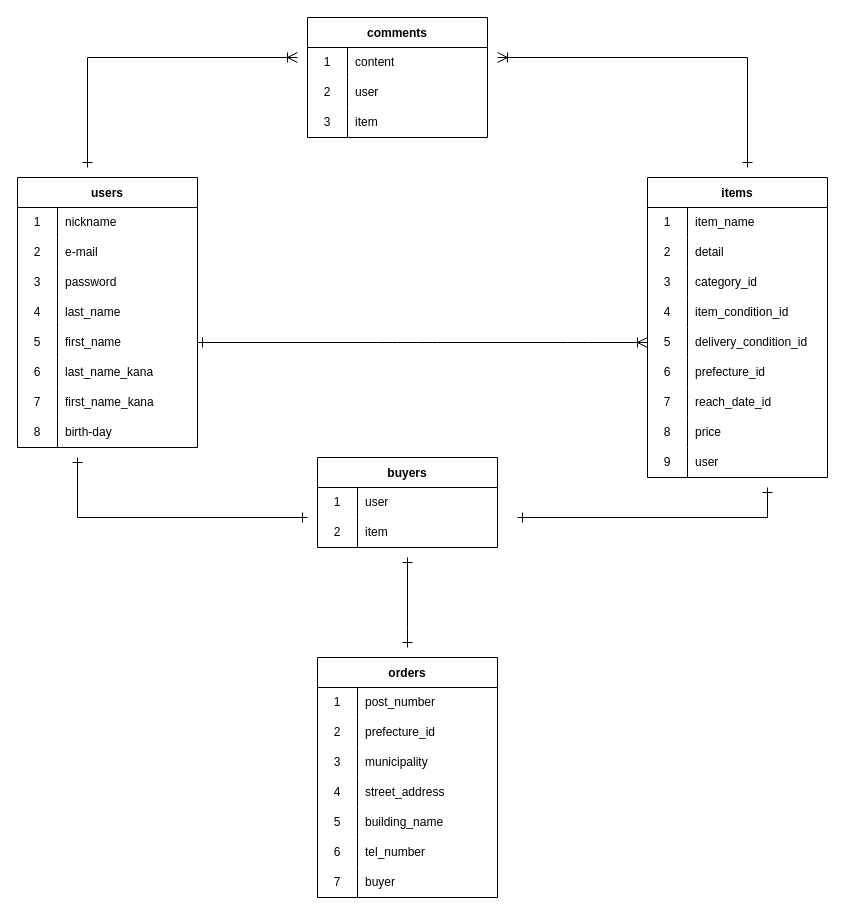
keei0920/furima-39996 keeps this draw.io diagram as db_create.dio. Above is the earlier version. Source tidied: cells renumbered, new cells numbered last; positions are measured from the earlier drawing's top-left corner, leaving out a move shared by most shapes. Both pictures are drawn from the tidied source at 100%, with x=0, y=0 at pixel (17, 17).
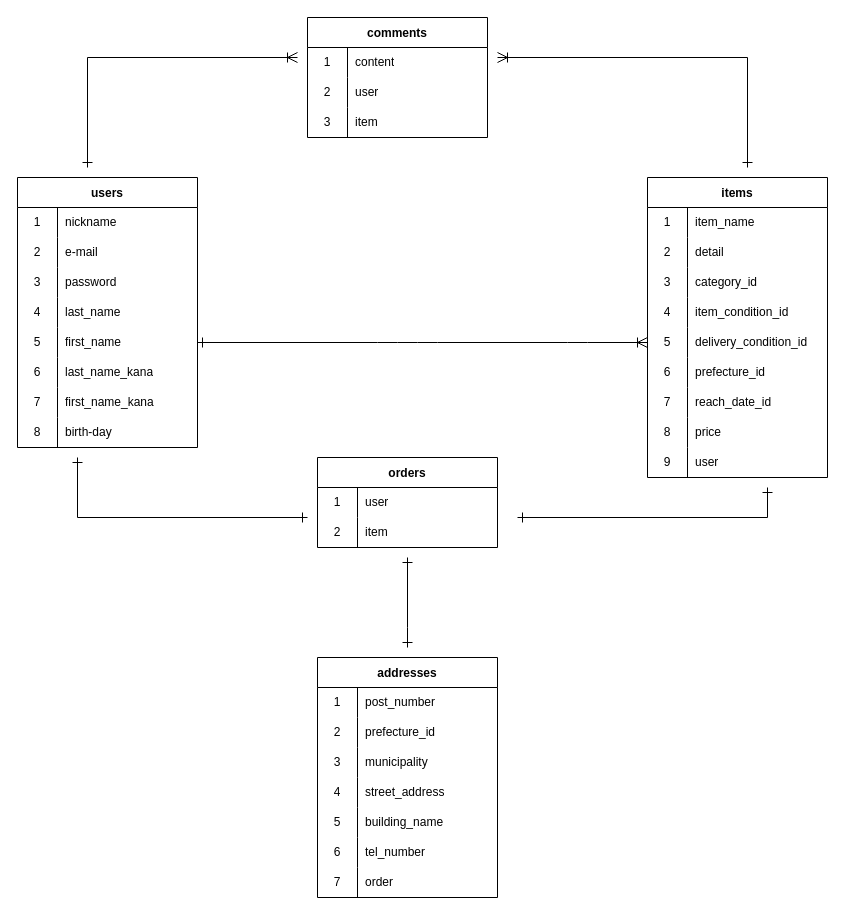
Above is the later version.

Commit message (it also covers changes not shown here):
テーブル名変更を取り消し

Unchanged cells that the change refers to:
```xml
<mxCell id="96" style="shape=tableRow;horizontal=0;startSize=0;swimlaneHead=0;swimlaneBody=0;top=0;left=0;bottom=0;right=0;fillColor=none;" parent="77" vertex="1">
  <mxGeometry y="210" width="180" height="30" as="geometry" />
</mxCell>
```

Change to the diagram source:
```diff
@@
-    <mxCell id="55" value="buyers" style="shape=table;startSize=30;childLayout=tableLayout;rowLines=0;fontStyle=1;" parent="1" vertex="1">
+    <mxCell id="55" value="orders" style="shape=table;startSize=30;childLayout=tableLayout;rowLines=0;fontStyle=1;" parent="1" vertex="1">
       <mxGeometry x="300" y="440" width="180" height="90" as="geometry" />
     </mxCell>
@@
-    <mxCell id="77" value="orders" style="shape=table;startSize=30;childLayout=tableLayout;rowLines=0;fontStyle=1;" parent="1" vertex="1">
+    <mxCell id="77" value="addresses" style="shape=table;startSize=30;childLayout=tableLayout;rowLines=0;fontStyle=1;" parent="1" vertex="1">
       <mxGeometry x="300" y="640" width="180" height="240" as="geometry" />
     </mxCell>
@@
-    <mxCell id="98" value="buyer" style="shape=partialRectangle;html=1;whiteSpace=wrap;fillColor=none;top=0;left=0;bottom=0;right=0;align=left;spacingLeft=6;overflow=hidden;" parent="96" vertex="1">
+    <mxCell id="98" value="order" style="shape=partialRectangle;html=1;whiteSpace=wrap;fillColor=none;top=0;left=0;bottom=0;right=0;align=left;spacingLeft=6;overflow=hidden;" parent="96" vertex="1">
       <mxGeometry x="40" width="140" height="30" as="geometry" />
     </mxCell>
```
